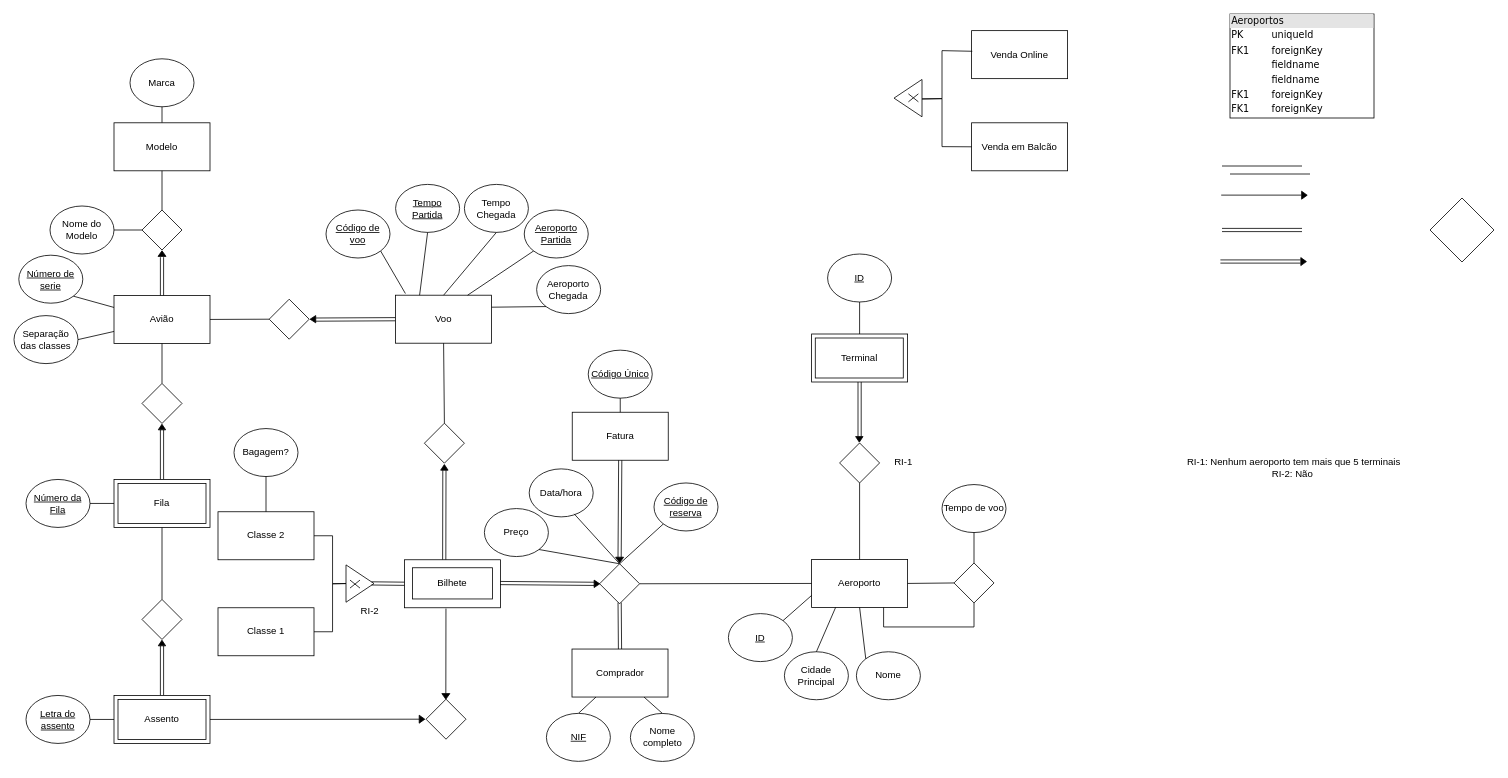
This is Projeto_BD.drawio from Samuel-k276/BD-2025, a draw.io file, before an edit. Source tidied: cells renumbered, new cells numbered last; positions are measured from the earlier drawing's top-left corner, leaving out a move shared by most shapes. Both pictures are drawn from the tidied source at 80%, with x=0, y=0 at pixel (14, 14).
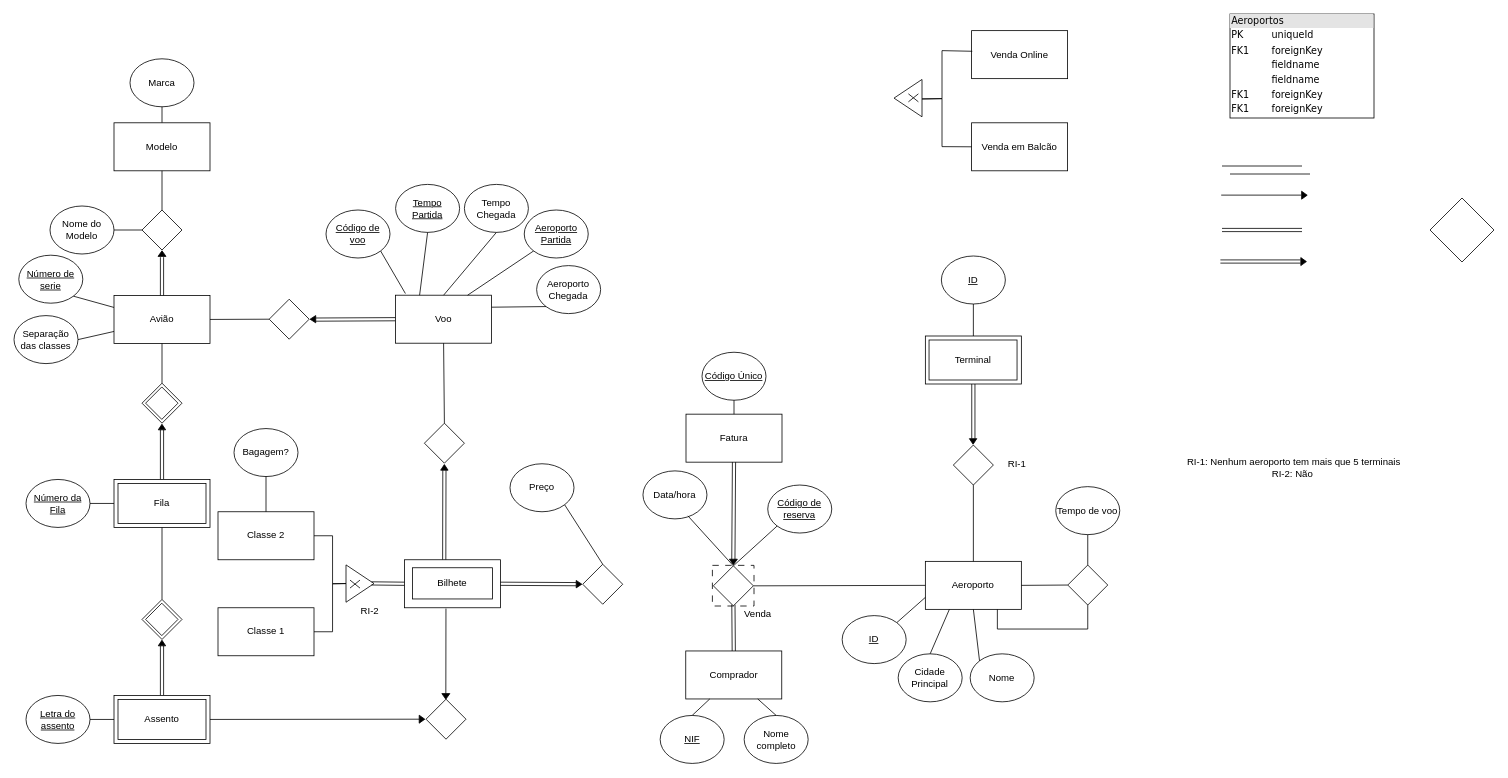
Above is the later version.

The change refers to these unchanged cells:
```xml
<mxCell id="13" value="Avião" style="rounded=0;whiteSpace=wrap;html=1;" parent="1" vertex="1">
  <mxGeometry x="125" y="351.8" width="120" height="60" as="geometry" />
</mxCell>
<mxCell id="93" value="Bilhete" style="rounded=0;whiteSpace=wrap;html=1;" parent="92" vertex="1">
  <mxGeometry width="120" height="60" as="geometry" />
</mxCell>
```

Diff of the diagram source:
```diff
@@
+    <mxCell id="149" style="rounded=0;whiteSpace=wrap;html=1;dashed=1;dashPattern=8 8;" parent="1" vertex="1">
+      <mxGeometry x="873" y="689.2" width="52" height="50.8" as="geometry" />
+    </mxCell>
@@
-    <mxCell id="18" style="endArrow=none;html=1;rounded=0;entryX=0.5;entryY=0;entryDx=0;entryDy=0;exitX=0.5;exitY=1;exitDx=0;exitDy=0;" parent="1" edge="1" source="13" target="19">
-      <mxGeometry relative="1" as="geometry" />
+    <mxCell id="18" style="endArrow=none;html=1;rounded=0;entryX=0.5;entryY=0;entryDx=0;entryDy=0;exitX=0.5;exitY=1;exitDx=0;exitDy=0;" parent="1" edge="1" source="13">
+      <mxGeometry relative="1" as="geometry">
+        <mxPoint x="185" y="461.8" as="targetPoint" />
+      </mxGeometry>
     </mxCell>
-    <mxCell id="19" style="rhombus;whiteSpace=wrap;html=1;strokeColor=default;align=center;verticalAlign=top;fontFamily=Helvetica;fontSize=12;fontColor=default;fillColor=#FFFFFF;" parent="1" vertex="1">
-      <mxGeometry x="160" y="461.8" width="50" height="50" as="geometry" />
-    </mxCell>
@@
     <mxCell id="57" value="Aeroporto" style="rounded=0;whiteSpace=wrap;html=1;" parent="1" vertex="1">
-      <mxGeometry x="997" y="681.8" width="120" height="60" as="geometry" />
+      <mxGeometry x="1139.2" y="684.2" width="120" height="60" as="geometry" />
     </mxCell>
@@
     <mxCell id="59" value="&lt;u&gt;ID&lt;/u&gt;" style="ellipse;whiteSpace=wrap;html=1;" parent="1" vertex="1">
-      <mxGeometry x="893" y="749.5" width="80" height="60" as="geometry" />
+      <mxGeometry x="1035.2" y="752" width="80" height="60" as="geometry" />
     </mxCell>
     <mxCell id="60" value="Cidade&lt;div&gt;Principal&lt;/div&gt;" style="ellipse;whiteSpace=wrap;html=1;" parent="1" vertex="1">
-      <mxGeometry x="963" y="797.2" width="80" height="60" as="geometry" />
+      <mxGeometry x="1105.2" y="799.8" width="80" height="60" as="geometry" />
     </mxCell>
@@
     <mxCell id="62" value="Nome" style="ellipse;whiteSpace=wrap;html=1;" parent="1" vertex="1">
-      <mxGeometry x="1053" y="797.2" width="80" height="60" as="geometry" />
+      <mxGeometry x="1195.2" y="799.8" width="80" height="60" as="geometry" />
     </mxCell>
@@
     <mxCell id="64" style="rhombus;whiteSpace=wrap;html=1;strokeColor=default;align=center;verticalAlign=top;fontFamily=Helvetica;fontSize=12;fontColor=default;fillColor=#FFFFFF;" parent="1" vertex="1">
-      <mxGeometry x="1032" y="536.2" width="50" height="50" as="geometry" />
+      <mxGeometry x="1174.2" y="538.8" width="50" height="50" as="geometry" />
     </mxCell>
     <mxCell id="65" style="group;strokeColor=none;rotation=90;dashed=1;" parent="1" vertex="1">
-      <mxGeometry x="1007" y="480.2" width="110" height="10" as="geometry" />
+      <mxGeometry x="1149.2" y="482.8" width="110" height="10" as="geometry" />
     </mxCell>
@@
     <mxCell id="68" value="&lt;u&gt;ID&lt;/u&gt;" style="ellipse;whiteSpace=wrap;html=1;" parent="1" vertex="1">
-      <mxGeometry x="1017" y="300" width="80" height="60" as="geometry" />
+      <mxGeometry x="1159.2" y="302.5" width="80" height="60" as="geometry" />
     </mxCell>
@@
     <mxCell id="70" style="group;" parent="1" vertex="1">
-      <mxGeometry x="997" y="400" width="120" height="60" as="geometry" />
+      <mxGeometry x="1139.2" y="402.5" width="120" height="60" as="geometry" />
     </mxCell>
@@
     <mxCell id="74" value="&lt;u&gt;Código de reserva&lt;/u&gt;" style="ellipse;whiteSpace=wrap;html=1;" parent="1" vertex="1">
-      <mxGeometry x="800" y="586.2" width="80" height="60" as="geometry" />
+      <mxGeometry x="942.2" y="588.8" width="80" height="60" as="geometry" />
     </mxCell>
     <mxCell id="75" value="Data/hora" style="ellipse;whiteSpace=wrap;html=1;" parent="1" vertex="1">
-      <mxGeometry x="644" y="568.6" width="80" height="60" as="geometry" />
+      <mxGeometry x="786.2" y="571.1" width="80" height="60" as="geometry" />
     </mxCell>
@@
     <mxCell id="78" style="group;" parent="1" vertex="1">
-      <mxGeometry x="697.5" y="793.8" width="120" height="60" as="geometry" />
+      <mxGeometry x="839.7" y="796.2" width="120" height="60" as="geometry" />
     </mxCell>
@@
     <mxCell id="81" value="&lt;u&gt;NIF&lt;/u&gt;" style="ellipse;whiteSpace=wrap;html=1;" parent="1" vertex="1">
-      <mxGeometry x="665.5" y="874.2" width="80" height="60" as="geometry" />
+      <mxGeometry x="807.7" y="876.8" width="80" height="60" as="geometry" />
     </mxCell>
     <mxCell id="82" value="Nome completo" style="ellipse;whiteSpace=wrap;html=1;" parent="1" vertex="1">
-      <mxGeometry x="770.5" y="874.3" width="80" height="60" as="geometry" />
+      <mxGeometry x="912.7" y="876.8" width="80" height="60" as="geometry" />
     </mxCell>
@@
-    <mxCell id="97" style="rhombus;whiteSpace=wrap;html=1;strokeColor=default;align=center;verticalAlign=top;fontFamily=Helvetica;fontSize=12;fontColor=default;fillColor=#FFFFFF;" parent="1" vertex="1">
-      <mxGeometry x="732" y="687.2" width="50" height="50" as="geometry" />
-    </mxCell>
@@
     <mxCell id="119" value="Preço" style="ellipse;whiteSpace=wrap;html=1;" parent="1" vertex="1">
-      <mxGeometry x="588" y="618.2" width="80" height="60" as="geometry" />
+      <mxGeometry x="620" y="562.2" width="80" height="60" as="geometry" />
     </mxCell>
-    <mxCell id="120" style="endArrow=none;html=1;rounded=0;entryX=1;entryY=1;entryDx=0;entryDy=0;exitX=0.5;exitY=0;exitDx=0;exitDy=0;" parent="1" edge="1" source="97" target="119">
+    <mxCell id="120" style="endArrow=none;html=1;rounded=0;entryX=1;entryY=1;entryDx=0;entryDy=0;exitX=0.5;exitY=0;exitDx=0;exitDy=0;" parent="1" edge="1" source="151" target="119">
       <mxGeometry relative="1" as="geometry" />
     </mxCell>
     <mxCell id="121" style="rhombus;whiteSpace=wrap;html=1;strokeColor=default;align=center;verticalAlign=top;fontFamily=Helvetica;fontSize=12;fontColor=default;fillColor=#FFFFFF;" parent="1" vertex="1">
-      <mxGeometry x="1175" y="686.2" width="50" height="50" as="geometry" />
+      <mxGeometry x="1317.2" y="688.8" width="50" height="50" as="geometry" />
     </mxCell>
     <mxCell id="122" value="Tempo de voo" style="ellipse;whiteSpace=wrap;html=1;" parent="1" vertex="1">
-      <mxGeometry x="1160" y="588.2" width="80" height="60" as="geometry" />
+      <mxGeometry x="1302.2" y="590.8" width="80" height="60" as="geometry" />
     </mxCell>
@@
     <mxCell id="125" style="endArrow=none;html=1;rounded=0;exitX=0.5;exitY=1;exitDx=0;exitDy=0;entryX=0.75;entryY=1;entryDx=0;entryDy=0;" parent="1" edge="1" source="121" target="57">
       <mxGeometry relative="1" as="geometry">
         <Array as="points">
-          <mxPoint x="1200" y="766.2" />
-          <mxPoint x="1087" y="766.2" />
+          <mxPoint x="1342.2" y="768.8" />
+          <mxPoint x="1229.2" y="768.8" />
         </Array>
       </mxGeometry>
     </mxCell>
@@
     <mxCell id="128" value="RI-1" style="text;html=1;align=center;verticalAlign=middle;whiteSpace=wrap;rounded=0;" parent="1" vertex="1">
-      <mxGeometry x="1082" y="545.2" width="60" height="30" as="geometry" />
+      <mxGeometry x="1224.2" y="547.8" width="60" height="30" as="geometry" />
     </mxCell>
@@
     <mxCell id="139" style="group;" parent="1" vertex="1">
-      <mxGeometry x="697.8" y="497.8" width="120" height="60" as="geometry" />
+      <mxGeometry x="840" y="500.2" width="120" height="60" as="geometry" />
     </mxCell>
@@
     <mxCell id="141" value="&lt;u&gt;Código Único&lt;/u&gt;" style="ellipse;whiteSpace=wrap;html=1;" parent="1" vertex="1">
-      <mxGeometry x="717.8" y="420.2" width="80" height="60" as="geometry" />
+      <mxGeometry x="860" y="422.8" width="80" height="60" as="geometry" />
     </mxCell>
     <mxCell id="142" style="verticalLabelPosition=bottom;verticalAlign=top;html=1;shape=mxgraph.basic.acute_triangle;dx=0.5;rotation=90;fillColor=#000000;" parent="1" vertex="1">
-      <mxGeometry x="724" y="708.8" width="9.3" height="7" as="geometry" />
+      <mxGeometry x="701.6" y="709.2" width="9.3" height="7" as="geometry" />
     </mxCell>
-    <mxCell id="143" style="endArrow=classic;html=1;rounded=0;shape=link;exitX=0.998;exitY=0.485;exitDx=0;exitDy=0;exitPerimeter=0;entryX=0.5;entryY=1;entryDx=0;entryDy=0;entryPerimeter=0;" parent="1" edge="1" source="93" target="142">
+    <mxCell id="143" style="endArrow=classic;html=1;rounded=0;shape=link;exitX=1;exitY=0.5;exitDx=0;exitDy=0;entryX=0.5;entryY=1;entryDx=0;entryDy=0;entryPerimeter=0;" parent="1" edge="1" source="93" target="142">
       <mxGeometry relative="1" as="geometry" />
     </mxCell>
@@
     <mxCell id="146" style="group;rotation=90;" parent="1" vertex="1">
-      <mxGeometry x="703" y="627" width="107.5" height="10" as="geometry" />
+      <mxGeometry x="845.2" y="629.5" width="107.5" height="10" as="geometry" />
     </mxCell>
@@
+    <mxCell id="150" value="Venda" style="text;html=1;align=center;verticalAlign=middle;whiteSpace=wrap;rounded=0;" parent="1" vertex="1">
+      <mxGeometry x="899.7" y="735.2" width="60" height="30" as="geometry" />
+    </mxCell>
+    <mxCell id="151" style="rhombus;whiteSpace=wrap;html=1;strokeColor=default;align=center;verticalAlign=top;fontFamily=Helvetica;fontSize=12;fontColor=default;fillColor=#FFFFFF;" parent="1" vertex="1">
+      <mxGeometry x="710.9" y="687.8" width="50" height="50" as="geometry" />
+    </mxCell>
+    <mxCell id="97" style="rhombus;whiteSpace=wrap;html=1;strokeColor=default;align=center;verticalAlign=top;fontFamily=Helvetica;fontSize=12;fontColor=default;fillColor=#FFFFFF;" parent="1" vertex="1">
+      <mxGeometry x="874.2" y="689.8" width="50" height="50" as="geometry" />
+    </mxCell>
+    <mxCell id="152" style="rhombus;whiteSpace=wrap;html=1;strokeColor=default;align=center;verticalAlign=top;fontFamily=Helvetica;fontSize=12;fontColor=default;fillColor=#FFFFFF;" parent="1" vertex="1">
+      <mxGeometry x="164.5" y="736.5" width="40.5" height="40.5" as="geometry" />
+    </mxCell>
+    <mxCell id="153" style="rhombus;whiteSpace=wrap;html=1;strokeColor=default;align=center;verticalAlign=top;fontFamily=Helvetica;fontSize=12;fontColor=default;fillColor=#FFFFFF;" parent="1" vertex="1">
+      <mxGeometry x="160" y="461.5" width="50" height="50" as="geometry" />
+    </mxCell>
+    <mxCell id="154" style="rhombus;whiteSpace=wrap;html=1;strokeColor=default;align=center;verticalAlign=top;fontFamily=Helvetica;fontSize=12;fontColor=default;fillColor=#FFFFFF;" parent="1" vertex="1">
+      <mxGeometry x="164.5" y="466.2" width="40.5" height="40.5" as="geometry" />
+    </mxCell>
```
